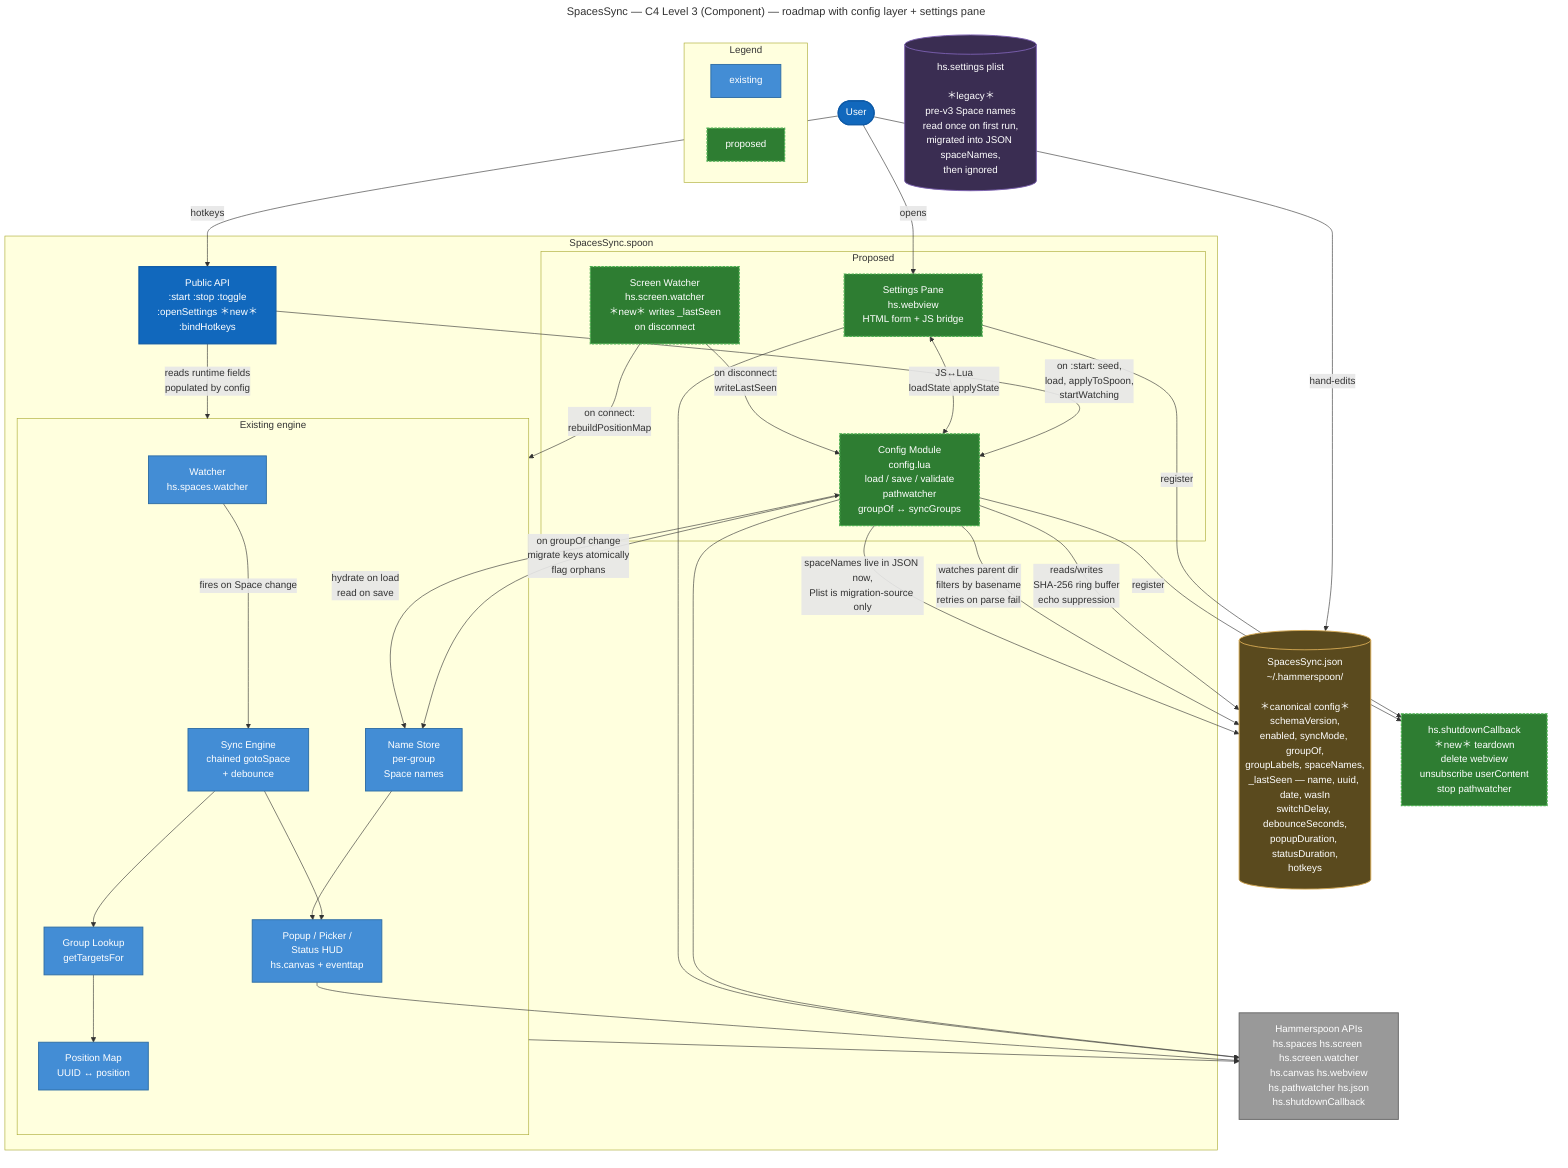
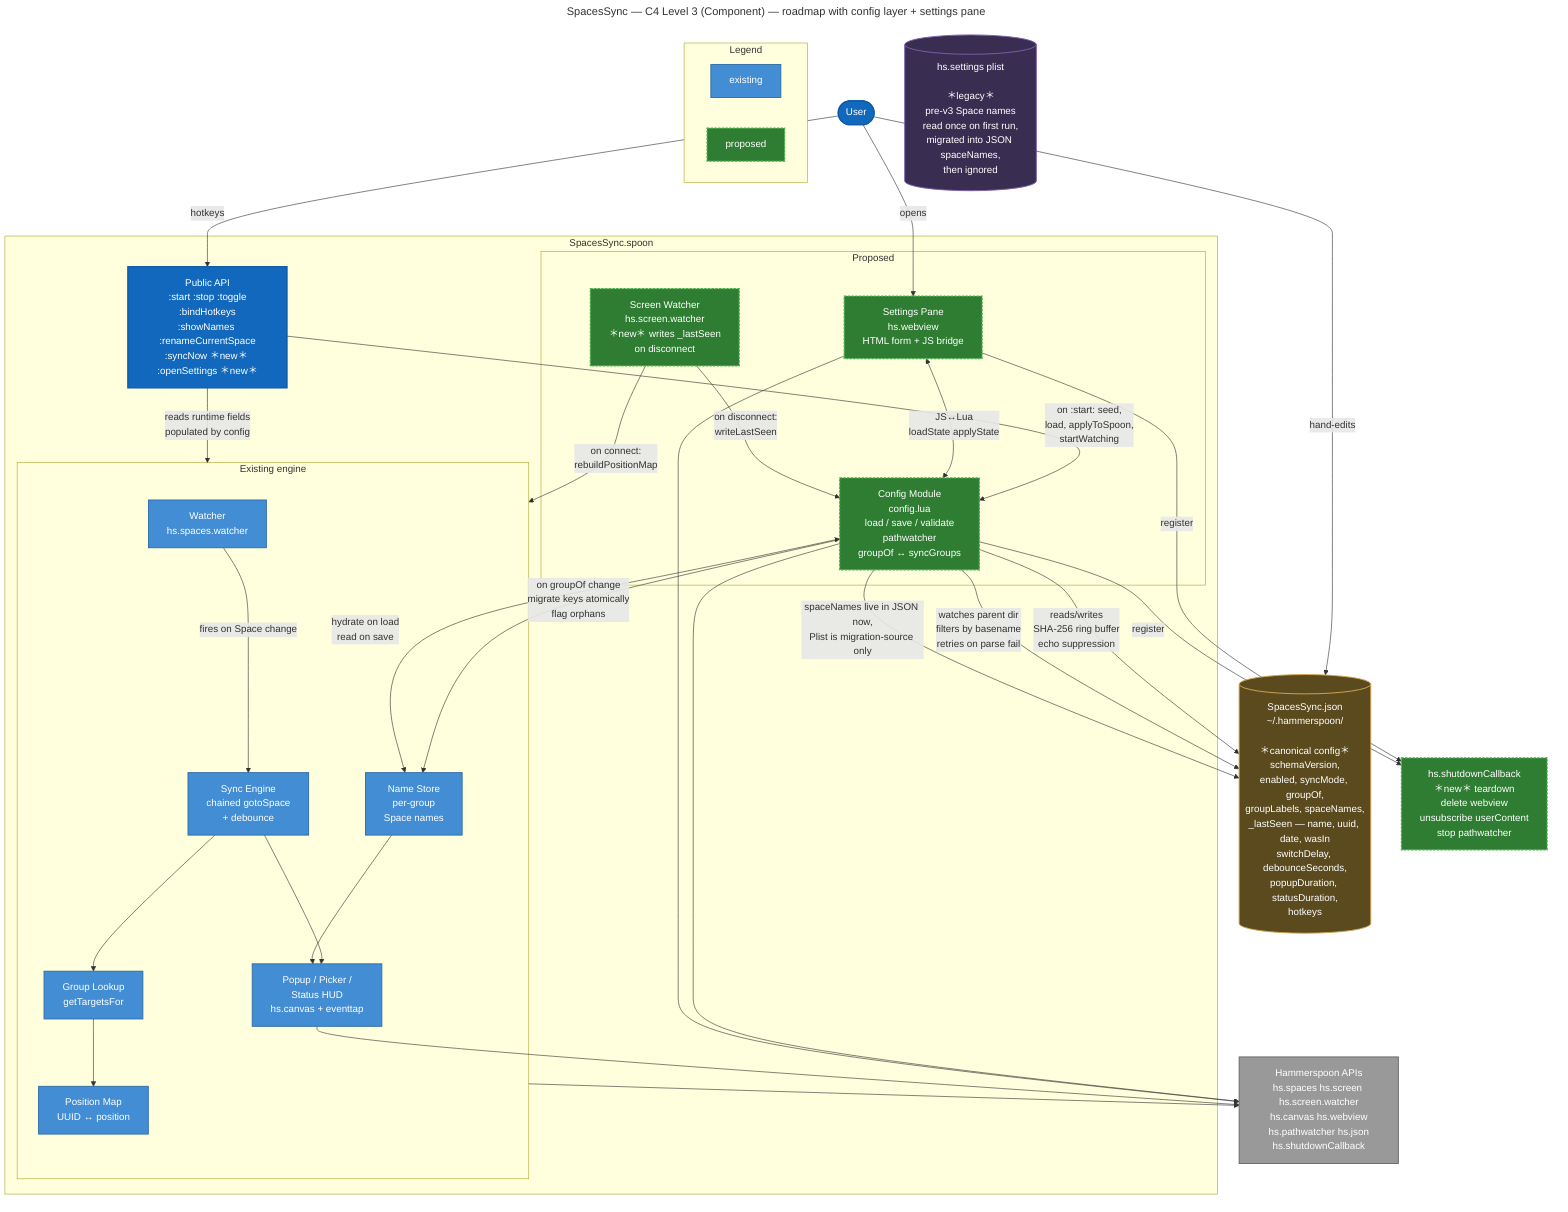
---
title: SpacesSync — C4 Level 3 (Component) — roadmap with config layer + settings pane
---
flowchart TB
    classDef public fill:#1168bd,stroke:#0e5aa7,color:#fff,stroke-width:2px
    classDef internal fill:#438dd5,stroke:#2e6da4,color:#fff,stroke-width:1.5px
    classDef proposed fill:#2e7d32,stroke:#4caf50,color:#fff,stroke-width:2px,stroke-dasharray: 4 2
    classDef external fill:#999,stroke:#666,color:#fff,stroke-width:1.5px
    classDef config fill:#5a4a1e,stroke:#d4a853,color:#fff,stroke-width:1.5px
    classDef store fill:#3a2d52,stroke:#7b5fb0,color:#fff,stroke-width:1.5px

    User([User]):::public

    subgraph Spoon [SpacesSync.spoon]
-         API[Public API<br/>:start :stop :toggle<br/>:openSettings ＊new＊<br/>:bindHotkeys]:::public
+         API[Public API<br/>:start :stop :toggle<br/>:bindHotkeys<br/>:showNames :renameCurrentSpace<br/>:syncNow ＊new＊ :openSettings ＊new＊]:::public

        subgraph Engine [Existing engine]
            Watcher[Watcher<br/>hs.spaces.watcher]:::internal
            SyncEng[Sync Engine<br/>chained gotoSpace<br/>+ debounce]:::internal
            PosMap[Position Map<br/>UUID ↔ position]:::internal
            GroupLook[Group Lookup<br/>getTargetsFor]:::internal
            Names[Name Store<br/>per-group<br/>Space names]:::internal
            UI[Popup / Picker /<br/>Status HUD<br/>hs.canvas + eventtap]:::internal
        end

        subgraph New [Proposed]
            ConfigMod[Config Module<br/>config.lua<br/>load / save / validate<br/>pathwatcher<br/>groupOf ↔ syncGroups]:::proposed
            SettingsPane[Settings Pane<br/>hs.webview<br/>HTML form + JS bridge]:::proposed
            ScreenWatch[Screen Watcher<br/>hs.screen.watcher<br/>＊new＊ writes _lastSeen<br/>on disconnect]:::proposed
        end
    end

    JSON[("SpacesSync.json<br/>~/.hammerspoon/<br/><br/>＊canonical config＊<br/>schemaVersion,<br/>enabled, syncMode, groupOf,<br/>groupLabels, spaceNames,<br/>_lastSeen — name, uuid, date, wasIn<br/>switchDelay, debounceSeconds,<br/>popupDuration, statusDuration,<br/>hotkeys")]:::config
    Plist[(hs.settings plist<br/><br/>＊legacy＊<br/>pre-v3 Space names<br/>read once on first run,<br/>migrated into JSON spaceNames,<br/>then ignored)]:::store
    HSAPIs[Hammerspoon APIs<br/>hs.spaces hs.screen hs.screen.watcher<br/>hs.canvas hs.webview<br/>hs.pathwatcher hs.json<br/>hs.shutdownCallback]:::external

    Shutdown[hs.shutdownCallback<br/>＊new＊ teardown<br/>delete webview<br/>unsubscribe userContent<br/>stop pathwatcher]:::proposed

    User -->|hotkeys| API
    User -->|opens| SettingsPane
    User -->|hand-edits| JSON

    API -->|on :start: seed,<br/>load, applyToSpoon,<br/>startWatching| ConfigMod
    API -->|reads runtime fields<br/>populated by config| Engine
    SettingsPane <-->|JS↔Lua<br/>loadState applyState| ConfigMod

    ConfigMod -->|reads/writes<br/>SHA-256 ring buffer<br/>echo suppression| JSON
    ConfigMod -->|watches parent dir<br/>filters by basename<br/>retries on parse fail| JSON
    ConfigMod -->|on groupOf change<br/>migrate keys atomically<br/>flag orphans| Names

    SettingsPane -->|register| Shutdown
    ConfigMod -->|register| Shutdown

    ScreenWatch -->|on disconnect:<br/>writeLastSeen| ConfigMod
    ScreenWatch -->|on connect:<br/>rebuildPositionMap| Engine

    Watcher -->|fires on Space change| SyncEng
    SyncEng --> GroupLook
    GroupLook --> PosMap
    SyncEng --> UI
    Names --> UI
    Names <-->|hydrate on load<br/>read on save| ConfigMod
    ConfigMod -->|spaceNames live in JSON now,<br/>Plist is migration-source only| JSON

    Engine --> HSAPIs
    UI --> HSAPIs
    ConfigMod --> HSAPIs
    SettingsPane --> HSAPIs

    %% Legend
    subgraph Legend [Legend]
        direction LR
        L1[existing]:::internal
        L2[proposed]:::proposed
    end
